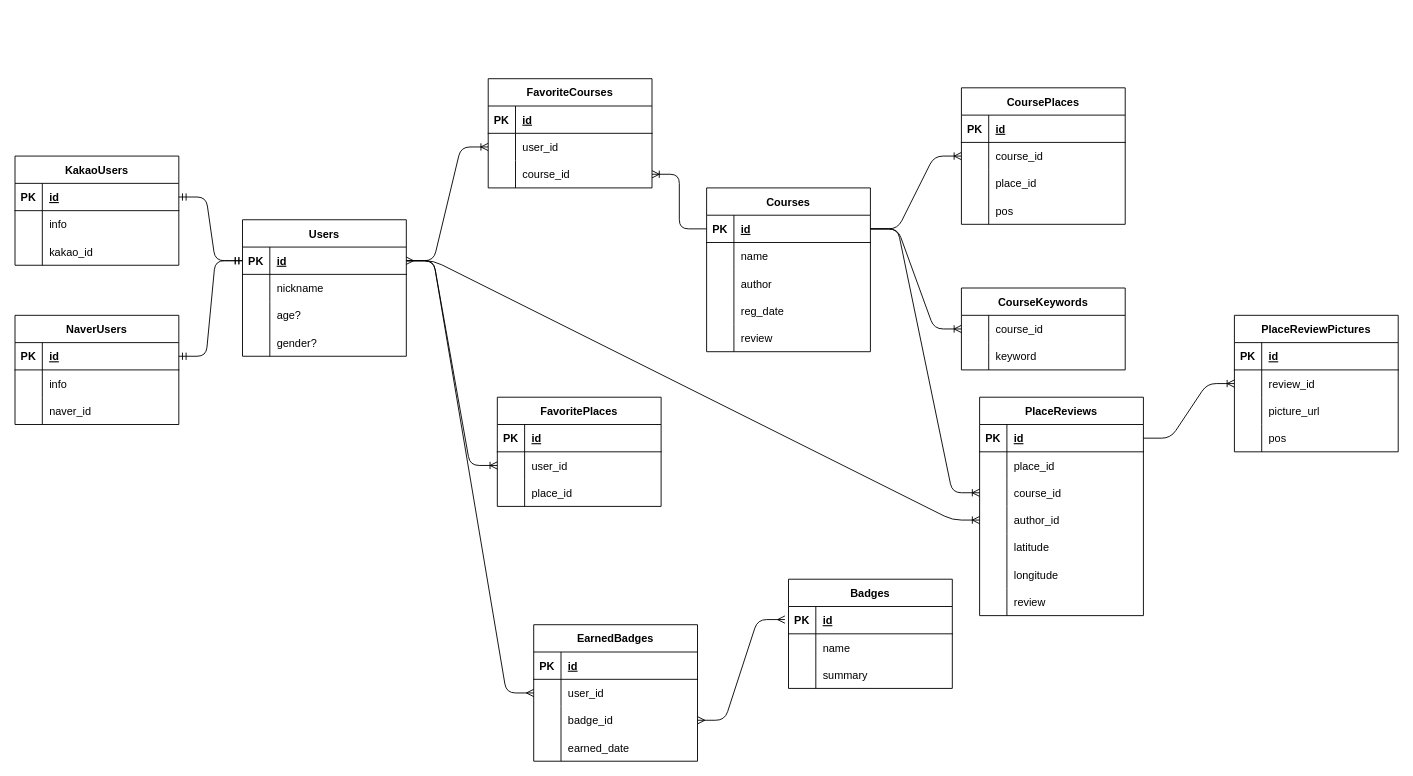
Earlier version of the draw.io diagram doc/scheme.drawio (snowmerak/ggeco). Source tidied: cells renumbered, new cells numbered last; positions are measured from the earlier drawing's top-left corner, leaving out a move shared by most shapes. Both pictures are drawn from the tidied source at 91%, with x=0, y=0 at pixel (15, 78).
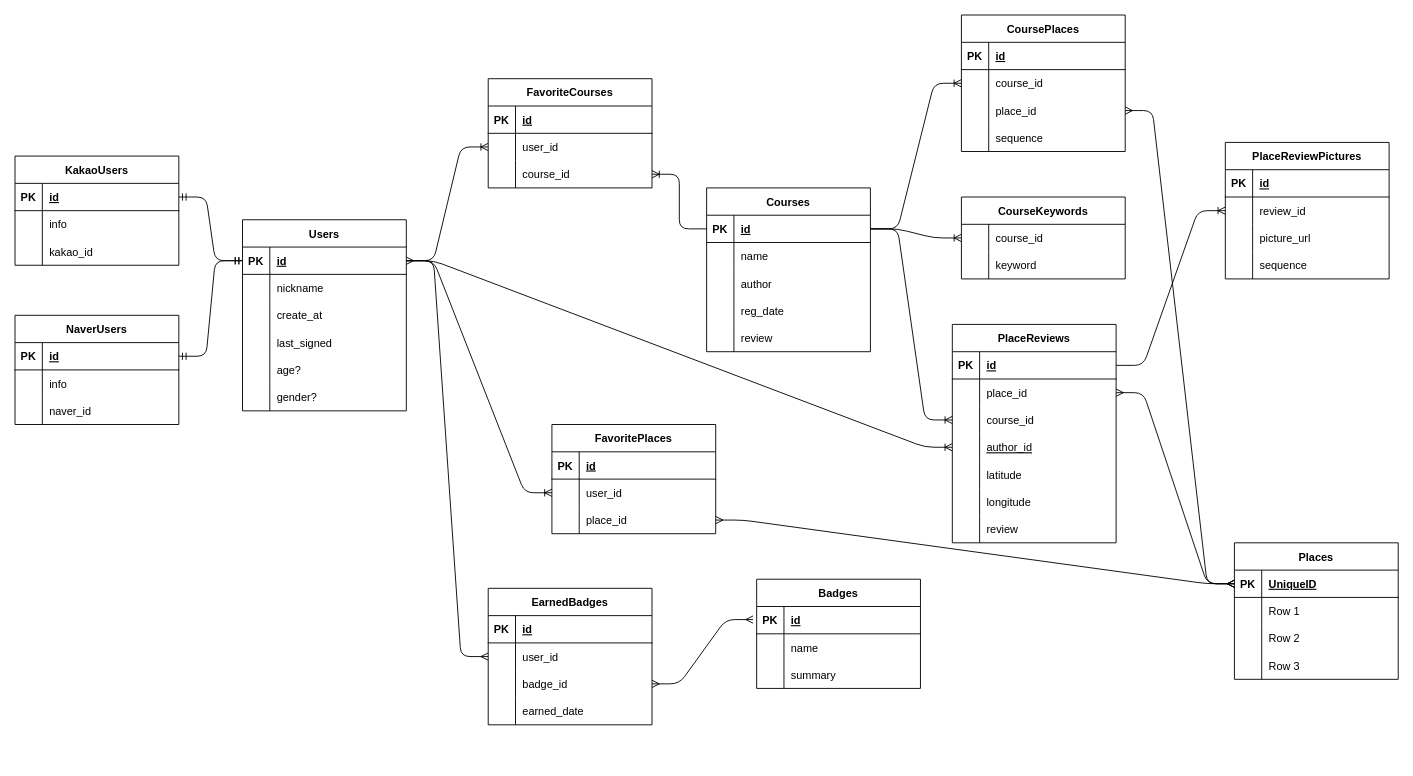
Above is the later version.

The change refers to these unchanged cells:
```xml
<mxCell id="25" style="shape=tableRow;horizontal=0;startSize=0;swimlaneHead=0;swimlaneBody=0;fillColor=none;points=[[0,0.5],[1,0.5]];portConstraint=eastwest;top=0;left=0;right=0;bottom=0;" parent="18" vertex="1">
  <mxGeometry y="90" width="180" height="30" as="geometry" />
</mxCell>
<mxCell id="28" style="shape=tableRow;horizontal=0;startSize=0;swimlaneHead=0;swimlaneBody=0;fillColor=none;top=0;left=0;right=0;bottom=0;" parent="18" vertex="1">
  <mxGeometry y="120" width="180" height="30" as="geometry" />
</mxCell>
<mxCell id="92" style="shape=tableRow;horizontal=0;startSize=0;swimlaneHead=0;swimlaneBody=0;fillColor=none;points=[[0,0.5],[1,0.5]];portConstraint=eastwest;top=0;left=0;right=0;bottom=0;" parent="85" vertex="1">
  <mxGeometry y="90" width="180" height="30" as="geometry" />
</mxCell>
<mxCell id="127" style="shape=tableRow;horizontal=0;startSize=0;swimlaneHead=0;swimlaneBody=0;fillColor=none;points=[[0,0.5],[1,0.5]];portConstraint=eastwest;top=0;left=0;right=0;bottom=0;" parent="123" vertex="1">
  <mxGeometry y="60" width="180" height="30" as="geometry" />
</mxCell>
<mxCell id="133" style="shape=tableRow;horizontal=0;startSize=0;swimlaneHead=0;swimlaneBody=0;fillColor=none;points=[[0,0.5],[1,0.5]];portConstraint=eastwest;top=0;left=0;right=0;bottom=0;" parent="123" vertex="1">
  <mxGeometry y="120" width="180" height="30" as="geometry" />
</mxCell>
<mxCell id="156" style="shape=tableRow;horizontal=0;startSize=0;swimlaneHead=0;swimlaneBody=0;fillColor=none;top=0;left=0;right=0;bottom=0;" parent="146" vertex="1">
  <mxGeometry y="120" width="180" height="30" as="geometry" />
</mxCell>
```

Change to the diagram source:
```diff
@@
     <mxCell id="18" value="CoursePlaces" style="shape=table;startSize=30;childLayout=tableLayout;rowLines=0;fontStyle=1;align=center;" parent="1" vertex="1">
-      <mxGeometry x="1040" y="10" width="180" height="150" as="geometry" />
+      <mxGeometry x="1040" y="-70" width="180" height="150" as="geometry" />
     </mxCell>
@@
-    <mxCell id="27" value="place_id" style="shape=partialRectangle;fillColor=none;top=0;left=0;bottom=0;right=0;align=left;spacingLeft=6;overflow=hidden;" parent="25" vertex="1">
+    <mxCell id="27" value="place_id" style="shape=partialRectangle;fillColor=none;top=0;left=0;bottom=0;right=0;align=left;spacingLeft=6;overflow=hidden;fontStyle=0;" parent="25" vertex="1">
       <mxGeometry x="30" width="150" height="30" as="geometry" />
     </mxCell>
@@
-    <mxCell id="30" value="pos" style="shape=partialRectangle;fillColor=none;top=0;left=0;bottom=0;right=0;align=left;spacingLeft=6;overflow=hidden;" parent="28" vertex="1">
+    <mxCell id="30" value="sequence" style="shape=partialRectangle;fillColor=none;top=0;left=0;bottom=0;right=0;align=left;spacingLeft=6;overflow=hidden;" parent="28" vertex="1">
       <mxGeometry x="30" width="150" height="30" as="geometry" />
     </mxCell>
@@
     <mxCell id="32" value="CourseKeywords" style="shape=table;startSize=30;childLayout=tableLayout;rowLines=0;fontStyle=1;align=center;" parent="1" vertex="1">
-      <mxGeometry x="1040" y="230" width="180" height="90" as="geometry" />
+      <mxGeometry x="1040" y="130" width="180" height="90" as="geometry" />
     </mxCell>
@@
     <mxCell id="40" value="Users" style="shape=table;startSize=30;childLayout=tableLayout;rowLines=0;fontStyle=1;align=center;" parent="1" vertex="1">
-      <mxGeometry x="250" y="155" width="180" height="150" as="geometry" />
+      <mxGeometry x="250" y="155" width="180" height="210" as="geometry" />
     </mxCell>
@@
+    <mxCell id="161" style="shape=tableRow;horizontal=0;startSize=0;swimlaneHead=0;swimlaneBody=0;fillColor=none;top=0;left=0;right=0;bottom=0;" parent="40" vertex="1">
+      <mxGeometry y="90" width="180" height="30" as="geometry" />
+    </mxCell>
+    <mxCell id="162" style="shape=partialRectangle;fillColor=none;top=0;left=0;bottom=0;right=0;overflow=hidden;" parent="161" vertex="1">
+      <mxGeometry width="30" height="30" as="geometry" />
+    </mxCell>
+    <mxCell id="163" value="create_at" style="shape=partialRectangle;fillColor=none;top=0;left=0;bottom=0;right=0;align=left;spacingLeft=6;overflow=hidden;" parent="161" vertex="1">
+      <mxGeometry x="30" width="150" height="30" as="geometry" />
+    </mxCell>
+    <mxCell id="164" style="shape=tableRow;horizontal=0;startSize=0;swimlaneHead=0;swimlaneBody=0;fillColor=none;top=0;left=0;right=0;bottom=0;" parent="40" vertex="1">
+      <mxGeometry y="120" width="180" height="30" as="geometry" />
+    </mxCell>
+    <mxCell id="165" style="shape=partialRectangle;fillColor=none;top=0;left=0;bottom=0;right=0;overflow=hidden;" parent="164" vertex="1">
+      <mxGeometry width="30" height="30" as="geometry" />
+    </mxCell>
+    <mxCell id="166" value="last_signed" style="shape=partialRectangle;fillColor=none;top=0;left=0;bottom=0;right=0;align=left;spacingLeft=6;overflow=hidden;" parent="164" vertex="1">
+      <mxGeometry x="30" width="150" height="30" as="geometry" />
+    </mxCell>
     <mxCell id="47" style="shape=tableRow;horizontal=0;startSize=0;swimlaneHead=0;swimlaneBody=0;fillColor=none;top=0;left=0;right=0;bottom=0;" parent="40" vertex="1">
-      <mxGeometry y="90" width="180" height="30" as="geometry" />
+      <mxGeometry y="150" width="180" height="30" as="geometry" />
     </mxCell>
@@
     <mxCell id="50" style="shape=tableRow;horizontal=0;startSize=0;swimlaneHead=0;swimlaneBody=0;fillColor=none;top=0;left=0;right=0;bottom=0;" parent="40" vertex="1">
-      <mxGeometry y="120" width="180" height="30" as="geometry" />
+      <mxGeometry y="180" width="180" height="30" as="geometry" />
     </mxCell>
@@
     <mxCell id="85" value="FavoritePlaces" style="shape=table;startSize=30;childLayout=tableLayout;rowLines=0;fontStyle=1;align=center;" parent="1" vertex="1">
-      <mxGeometry x="530" y="350" width="180" height="120" as="geometry" />
+      <mxGeometry x="590" y="380" width="180" height="120" as="geometry" />
     </mxCell>
@@
-    <mxCell id="94" value="place_id" style="shape=partialRectangle;fillColor=none;top=0;left=0;bottom=0;right=0;align=left;spacingLeft=6;overflow=hidden;" parent="92" vertex="1">
+    <mxCell id="94" value="place_id" style="shape=partialRectangle;fillColor=none;top=0;left=0;bottom=0;right=0;align=left;spacingLeft=6;overflow=hidden;fontStyle=0;" parent="92" vertex="1">
       <mxGeometry x="30" width="150" height="30" as="geometry" />
     </mxCell>
@@
     <mxCell id="98" value="Badges" style="shape=table;startSize=30;childLayout=tableLayout;rowLines=0;fontStyle=1;align=center;" parent="1" vertex="1">
-      <mxGeometry x="850" y="550" width="180" height="120" as="geometry" />
+      <mxGeometry x="815" y="550" width="180" height="120" as="geometry" />
     </mxCell>
@@
     <mxCell id="108" value="EarnedBadges" style="shape=table;startSize=30;childLayout=tableLayout;rowLines=0;fontStyle=1;align=center;" parent="1" vertex="1">
-      <mxGeometry x="570" y="600" width="180" height="150" as="geometry" />
+      <mxGeometry x="520" y="560" width="180" height="150" as="geometry" />
     </mxCell>
@@
     <mxCell id="123" value="PlaceReviews" style="shape=table;startSize=30;childLayout=tableLayout;rowLines=0;fontStyle=1;align=center;" parent="1" vertex="1">
-      <mxGeometry x="1060" y="350" width="180" height="240" as="geometry" />
+      <mxGeometry x="1030" y="270" width="180" height="240" as="geometry" />
     </mxCell>
@@
-    <mxCell id="129" value="place_id" style="shape=partialRectangle;fillColor=none;top=0;left=0;bottom=0;right=0;align=left;spacingLeft=6;overflow=hidden;" parent="127" vertex="1">
+    <mxCell id="129" value="place_id" style="shape=partialRectangle;fillColor=none;top=0;left=0;bottom=0;right=0;align=left;spacingLeft=6;overflow=hidden;fontStyle=0;" parent="127" vertex="1">
       <mxGeometry x="30" width="150" height="30" as="geometry" />
     </mxCell>
@@
-    <mxCell id="135" value="author_id" style="shape=partialRectangle;fillColor=none;top=0;left=0;bottom=0;right=0;align=left;spacingLeft=6;overflow=hidden;" parent="133" vertex="1">
+    <mxCell id="135" value="author_id" style="shape=partialRectangle;fillColor=none;top=0;left=0;bottom=0;right=0;align=left;spacingLeft=6;overflow=hidden;fontStyle=4;" parent="133" vertex="1">
       <mxGeometry x="30" width="150" height="30" as="geometry" />
     </mxCell>
@@
     <mxCell id="146" value="PlaceReviewPictures" style="shape=table;startSize=30;childLayout=tableLayout;rowLines=0;fontStyle=1;align=center;" parent="1" vertex="1">
-      <mxGeometry x="1340" y="260" width="180" height="150" as="geometry" />
+      <mxGeometry x="1330" y="70" width="180" height="150" as="geometry" />
     </mxCell>
@@
-    <mxCell id="158" value="pos" style="shape=partialRectangle;fillColor=none;top=0;left=0;bottom=0;right=0;align=left;spacingLeft=6;overflow=hidden;" parent="156" vertex="1">
+    <mxCell id="158" value="sequence" style="shape=partialRectangle;fillColor=none;top=0;left=0;bottom=0;right=0;align=left;spacingLeft=6;overflow=hidden;" parent="156" vertex="1">
       <mxGeometry x="30" width="150" height="30" as="geometry" />
     </mxCell>
@@
+    <mxCell id="167" value="Places" style="shape=table;startSize=30;childLayout=tableLayout;rowLines=0;fontStyle=1;align=center;" parent="1" vertex="1">
+      <mxGeometry x="1340" y="510" width="180" height="150" as="geometry" />
+    </mxCell>
+    <mxCell id="168" style="shape=tableRow;horizontal=0;startSize=0;swimlaneHead=0;swimlaneBody=0;fillColor=none;points=[[0,0.5],[1,0.5]];portConstraint=eastwest;top=0;left=0;right=0;bottom=1;" parent="167" vertex="1">
+      <mxGeometry y="30" width="180" height="30" as="geometry" />
+    </mxCell>
+    <mxCell id="169" value="PK" style="shape=partialRectangle;fillColor=none;top=0;left=0;bottom=0;right=0;fontStyle=1;overflow=hidden;" parent="168" vertex="1">
+      <mxGeometry width="30" height="30" as="geometry" />
+    </mxCell>
+    <mxCell id="170" value="UniqueID" style="shape=partialRectangle;fillColor=none;top=0;left=0;bottom=0;right=0;align=left;spacingLeft=6;fontStyle=5;overflow=hidden;" parent="168" vertex="1">
+      <mxGeometry x="30" width="150" height="30" as="geometry" />
+    </mxCell>
+    <mxCell id="171" style="shape=tableRow;horizontal=0;startSize=0;swimlaneHead=0;swimlaneBody=0;fillColor=none;top=0;left=0;right=0;bottom=0;" parent="167" vertex="1">
+      <mxGeometry y="60" width="180" height="30" as="geometry" />
+    </mxCell>
+    <mxCell id="172" style="shape=partialRectangle;fillColor=none;top=0;left=0;bottom=0;right=0;overflow=hidden;" parent="171" vertex="1">
+      <mxGeometry width="30" height="30" as="geometry" />
+    </mxCell>
+    <mxCell id="173" value="Row 1" style="shape=partialRectangle;fillColor=none;top=0;left=0;bottom=0;right=0;align=left;spacingLeft=6;overflow=hidden;" parent="171" vertex="1">
+      <mxGeometry x="30" width="150" height="30" as="geometry" />
+    </mxCell>
+    <mxCell id="174" style="shape=tableRow;horizontal=0;startSize=0;swimlaneHead=0;swimlaneBody=0;fillColor=none;top=0;left=0;right=0;bottom=0;" parent="167" vertex="1">
+      <mxGeometry y="90" width="180" height="30" as="geometry" />
+    </mxCell>
+    <mxCell id="175" style="shape=partialRectangle;fillColor=none;top=0;left=0;bottom=0;right=0;overflow=hidden;" parent="174" vertex="1">
+      <mxGeometry width="30" height="30" as="geometry" />
+    </mxCell>
+    <mxCell id="176" value="Row 2" style="shape=partialRectangle;fillColor=none;top=0;left=0;bottom=0;right=0;align=left;spacingLeft=6;overflow=hidden;" parent="174" vertex="1">
+      <mxGeometry x="30" width="150" height="30" as="geometry" />
+    </mxCell>
+    <mxCell id="177" style="shape=tableRow;horizontal=0;startSize=0;swimlaneHead=0;swimlaneBody=0;fillColor=none;top=0;left=0;right=0;bottom=0;" parent="167" vertex="1">
+      <mxGeometry y="120" width="180" height="30" as="geometry" />
+    </mxCell>
+    <mxCell id="178" style="shape=partialRectangle;fillColor=none;top=0;left=0;bottom=0;right=0;overflow=hidden;" parent="177" vertex="1">
+      <mxGeometry width="30" height="30" as="geometry" />
+    </mxCell>
+    <mxCell id="179" value="Row 3" style="shape=partialRectangle;fillColor=none;top=0;left=0;bottom=0;right=0;align=left;spacingLeft=6;overflow=hidden;" parent="177" vertex="1">
+      <mxGeometry x="30" width="150" height="30" as="geometry" />
+    </mxCell>
+    <mxCell id="180" style="edgeStyle=entityRelationEdgeStyle;fontSize=12;html=1;endArrow=ERmany;startArrow=ERmany;entryX=0;entryY=0.5;entryDx=0;entryDy=0;exitX=1;exitY=0.5;exitDx=0;exitDy=0;" parent="1" edge="1" source="25" target="168">
+      <mxGeometry relative="1" as="geometry" />
+    </mxCell>
+    <mxCell id="181" style="edgeStyle=entityRelationEdgeStyle;fontSize=12;html=1;endArrow=ERmany;startArrow=ERmany;exitX=1;exitY=0.5;exitDx=0;exitDy=0;entryX=0;entryY=0.5;entryDx=0;entryDy=0;" parent="1" edge="1" source="92" target="168">
+      <mxGeometry relative="1" as="geometry" />
+    </mxCell>
+    <mxCell id="182" style="edgeStyle=entityRelationEdgeStyle;fontSize=12;html=1;endArrow=ERmany;startArrow=ERmany;entryX=0;entryY=0.5;entryDx=0;entryDy=0;exitX=1;exitY=0.5;exitDx=0;exitDy=0;" parent="1" edge="1" source="127" target="168">
+      <mxGeometry relative="1" as="geometry" />
+    </mxCell>
```
